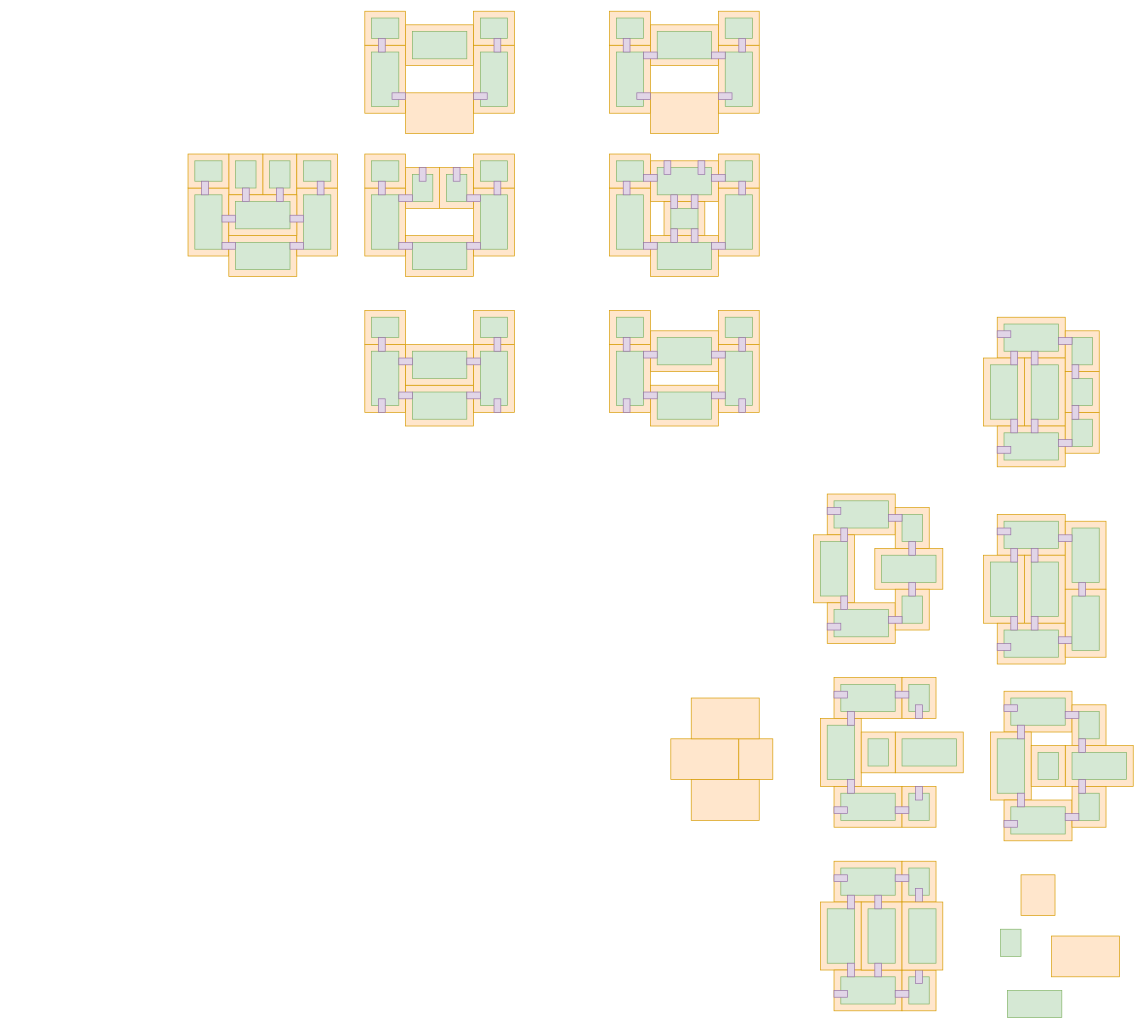
Before: StarRupture/BASE.drawio in JohnHavenward/Draw.io_Diagrams, a draw.io diagram. Source tidied: cells renumbered, new cells numbered last; positions are measured from the earlier drawing's top-left corner, leaving out a move shared by most shapes. Both pictures are drawn from the tidied source at 68%, with x=0, y=0 at pixel (174, 7).
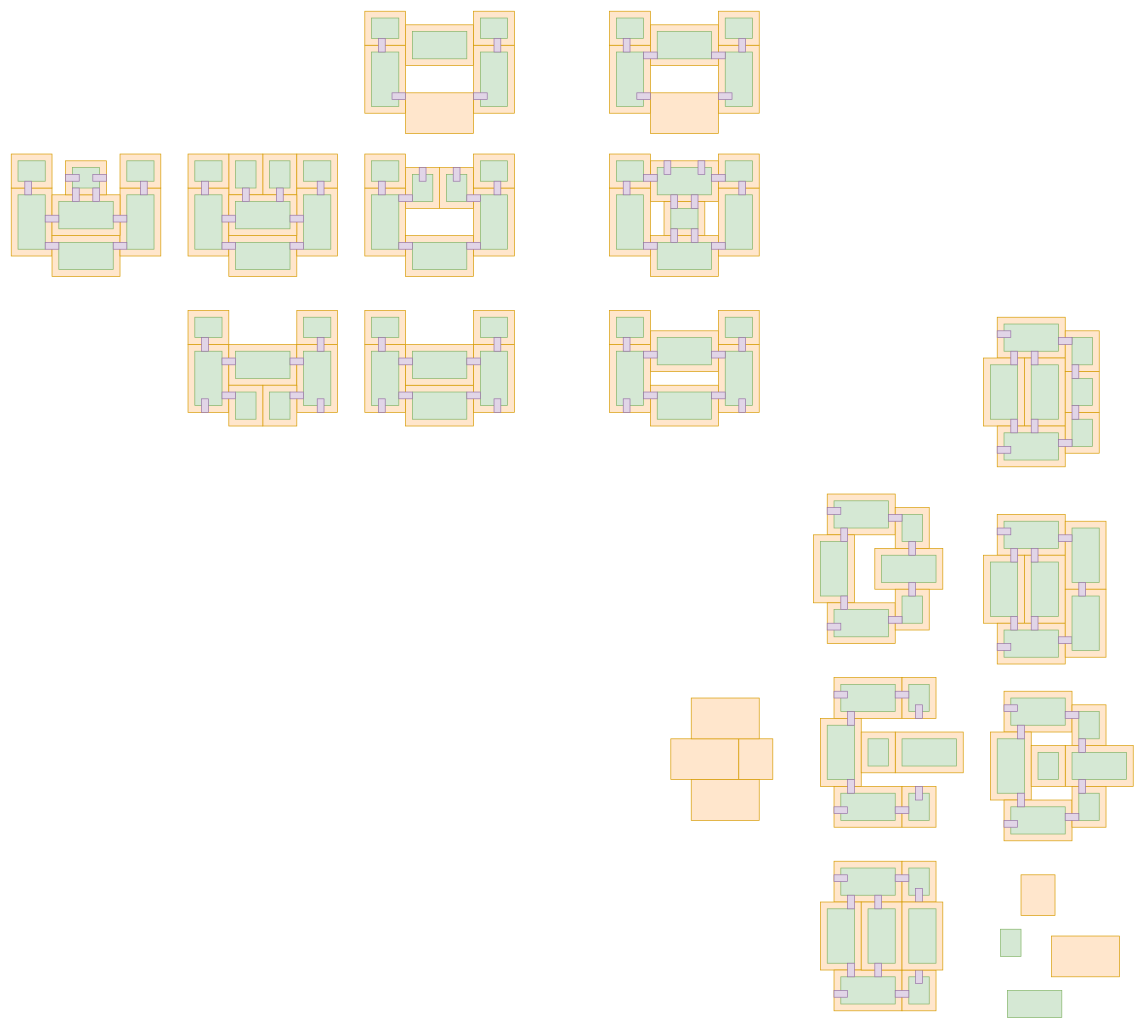
The same diagram, later.

Change to the diagram source:
```diff
@@
+    <mxCell id="287" style="rounded=0;whiteSpace=wrap;html=1;fillColor=#ffe6cc;strokeColor=#d79b00;fillStyle=auto;strokeWidth=1;perimeterSpacing=0;rotation=-90;" parent="1" vertex="1">
+      <mxGeometry y="515" width="100" height="60" as="geometry" />
+    </mxCell>
+    <mxCell id="288" style="rounded=0;whiteSpace=wrap;html=1;rotation=0;fillColor=#ffe6cc;strokeColor=#d79b00;" parent="1" vertex="1">
+      <mxGeometry x="80" y="495" width="100" height="60" as="geometry" />
+    </mxCell>
+    <mxCell id="289" style="rounded=0;whiteSpace=wrap;html=1;fillColor=#d5e8d4;strokeColor=#82b366;rotation=-90;" parent="1" vertex="1">
+      <mxGeometry x="10" y="525" width="80" height="40" as="geometry" />
+    </mxCell>
+    <mxCell id="290" style="rounded=0;whiteSpace=wrap;html=1;rotation=0;fillColor=#d5e8d4;strokeColor=#82b366;" parent="1" vertex="1">
+      <mxGeometry x="90" y="505" width="80" height="40" as="geometry" />
+    </mxCell>
+    <mxCell id="291" style="rounded=0;whiteSpace=wrap;html=1;fillColor=#ffe6cc;strokeColor=#d79b00;fillStyle=auto;strokeWidth=1;perimeterSpacing=0;rotation=-90;" parent="1" vertex="1">
+      <mxGeometry x="160" y="515" width="100" height="60" as="geometry" />
+    </mxCell>
+    <mxCell id="292" style="rounded=0;whiteSpace=wrap;html=1;fillColor=#d5e8d4;strokeColor=#82b366;rotation=-90;" parent="1" vertex="1">
+      <mxGeometry x="170" y="525" width="80" height="40" as="geometry" />
+    </mxCell>
+    <mxCell id="293" style="rounded=0;whiteSpace=wrap;html=1;fillColor=#ffe6cc;strokeColor=#d79b00;fillStyle=auto;strokeWidth=1;perimeterSpacing=0;rotation=-90;" parent="1" vertex="1">
+      <mxGeometry x="25" y="440" width="50" height="60" as="geometry" />
+    </mxCell>
+    <mxCell id="294" style="rounded=0;whiteSpace=wrap;html=1;fillColor=#d5e8d4;strokeColor=#82b366;rotation=-90;" parent="1" vertex="1">
+      <mxGeometry x="35" y="450" width="30" height="40" as="geometry" />
+    </mxCell>
+    <mxCell id="295" style="rounded=0;whiteSpace=wrap;html=1;fillColor=#ffe6cc;strokeColor=#d79b00;fillStyle=auto;strokeWidth=1;perimeterSpacing=0;rotation=-90;" parent="1" vertex="1">
+      <mxGeometry x="185" y="440" width="50" height="60" as="geometry" />
+    </mxCell>
+    <mxCell id="296" style="rounded=0;whiteSpace=wrap;html=1;fillColor=#d5e8d4;strokeColor=#82b366;rotation=-90;" parent="1" vertex="1">
+      <mxGeometry x="195" y="450" width="30" height="40" as="geometry" />
+    </mxCell>
+    <mxCell id="297" style="rounded=0;whiteSpace=wrap;html=1;fillColor=#e1d5e7;strokeColor=#9673a6;rotation=-90;" parent="1" vertex="1">
+      <mxGeometry x="35" y="580" width="20" height="10" as="geometry" />
+    </mxCell>
+    <mxCell id="298" style="rounded=0;whiteSpace=wrap;html=1;fillColor=#e1d5e7;strokeColor=#9673a6;rotation=-90;" parent="1" vertex="1">
+      <mxGeometry x="205" y="580" width="20" height="10" as="geometry" />
+    </mxCell>
+    <mxCell id="299" style="rounded=0;whiteSpace=wrap;html=1;fillColor=#e1d5e7;strokeColor=#9673a6;rotation=-90;" parent="1" vertex="1">
+      <mxGeometry x="35" y="490" width="20" height="10" as="geometry" />
+    </mxCell>
+    <mxCell id="300" style="rounded=0;whiteSpace=wrap;html=1;fillColor=#e1d5e7;strokeColor=#9673a6;rotation=-90;" parent="1" vertex="1">
+      <mxGeometry x="205" y="490" width="20" height="10" as="geometry" />
+    </mxCell>
+    <mxCell id="301" style="rounded=0;whiteSpace=wrap;html=1;fillColor=#e1d5e7;strokeColor=#9673a6;" parent="1" vertex="1">
+      <mxGeometry x="170" y="515" width="20" height="10" as="geometry" />
+    </mxCell>
+    <mxCell id="302" style="rounded=0;whiteSpace=wrap;html=1;fillColor=#e1d5e7;strokeColor=#9673a6;" parent="1" vertex="1">
+      <mxGeometry x="70" y="515" width="20" height="10" as="geometry" />
+    </mxCell>
+    <mxCell id="303" style="rounded=0;whiteSpace=wrap;html=1;fillColor=#ffe6cc;strokeColor=#d79b00;" parent="1" vertex="1">
+      <mxGeometry x="130" y="555" width="50" height="60" as="geometry" />
+    </mxCell>
+    <mxCell id="304" style="rounded=0;whiteSpace=wrap;html=1;fillColor=#ffe6cc;strokeColor=#d79b00;" parent="1" vertex="1">
+      <mxGeometry x="80" y="555" width="50" height="60" as="geometry" />
+    </mxCell>
+    <mxCell id="305" style="rounded=0;whiteSpace=wrap;html=1;fillColor=#d5e8d4;strokeColor=#82b366;" parent="1" vertex="1">
+      <mxGeometry x="90" y="565" width="30" height="40" as="geometry" />
+    </mxCell>
+    <mxCell id="306" style="rounded=0;whiteSpace=wrap;html=1;fillColor=#d5e8d4;strokeColor=#82b366;" parent="1" vertex="1">
+      <mxGeometry x="140" y="565" width="30" height="40" as="geometry" />
+    </mxCell>
+    <mxCell id="307" style="rounded=0;whiteSpace=wrap;html=1;fillColor=#e1d5e7;strokeColor=#9673a6;rotation=-90;" parent="1" vertex="1">
+      <mxGeometry x="75" y="560" width="10" height="20" as="geometry" />
+    </mxCell>
+    <mxCell id="308" style="rounded=0;whiteSpace=wrap;html=1;fillColor=#e1d5e7;strokeColor=#9673a6;rotation=-90;" parent="1" vertex="1">
+      <mxGeometry x="175" y="560" width="10" height="20" as="geometry" />
+    </mxCell>
+    <mxCell id="309" style="rounded=0;whiteSpace=wrap;html=1;fillColor=#ffe6cc;strokeColor=#d79b00;fillStyle=auto;strokeWidth=1;perimeterSpacing=0;rotation=-90;" parent="1" vertex="1">
+      <mxGeometry x="-260" y="285" width="100" height="60" as="geometry" />
+    </mxCell>
+    <mxCell id="310" style="rounded=0;whiteSpace=wrap;html=1;rotation=0;fillColor=#ffe6cc;strokeColor=#d79b00;" parent="1" vertex="1">
+      <mxGeometry x="-180" y="335" width="100" height="60" as="geometry" />
+    </mxCell>
+    <mxCell id="311" style="rounded=0;whiteSpace=wrap;html=1;fillColor=#d5e8d4;strokeColor=#82b366;rotation=-90;" parent="1" vertex="1">
+      <mxGeometry x="-250" y="295" width="80" height="40" as="geometry" />
+    </mxCell>
+    <mxCell id="312" style="rounded=0;whiteSpace=wrap;html=1;rotation=0;fillColor=#d5e8d4;strokeColor=#82b366;" parent="1" vertex="1">
+      <mxGeometry x="-170" y="345" width="80" height="40" as="geometry" />
+    </mxCell>
+    <mxCell id="313" style="rounded=0;whiteSpace=wrap;html=1;fillColor=#ffe6cc;strokeColor=#d79b00;fillStyle=auto;strokeWidth=1;perimeterSpacing=0;rotation=-90;" parent="1" vertex="1">
+      <mxGeometry x="-100" y="285" width="100" height="60" as="geometry" />
+    </mxCell>
+    <mxCell id="314" style="rounded=0;whiteSpace=wrap;html=1;fillColor=#d5e8d4;strokeColor=#82b366;rotation=-90;" parent="1" vertex="1">
+      <mxGeometry x="-90" y="295" width="80" height="40" as="geometry" />
+    </mxCell>
+    <mxCell id="315" style="rounded=0;whiteSpace=wrap;html=1;fillColor=#ffe6cc;strokeColor=#d79b00;fillStyle=auto;strokeWidth=1;perimeterSpacing=0;rotation=-90;" parent="1" vertex="1">
+      <mxGeometry x="-235" y="210" width="50" height="60" as="geometry" />
+    </mxCell>
+    <mxCell id="316" style="rounded=0;whiteSpace=wrap;html=1;fillColor=#d5e8d4;strokeColor=#82b366;rotation=-90;" parent="1" vertex="1">
+      <mxGeometry x="-225" y="220" width="30" height="40" as="geometry" />
+    </mxCell>
+    <mxCell id="317" style="rounded=0;whiteSpace=wrap;html=1;fillColor=#ffe6cc;strokeColor=#d79b00;fillStyle=auto;strokeWidth=1;perimeterSpacing=0;rotation=-90;" parent="1" vertex="1">
+      <mxGeometry x="-75" y="210" width="50" height="60" as="geometry" />
+    </mxCell>
+    <mxCell id="318" style="rounded=0;whiteSpace=wrap;html=1;fillColor=#d5e8d4;strokeColor=#82b366;rotation=-90;" parent="1" vertex="1">
+      <mxGeometry x="-65" y="220" width="30" height="40" as="geometry" />
+    </mxCell>
+    <mxCell id="319" style="rounded=0;whiteSpace=wrap;html=1;fillColor=#e1d5e7;strokeColor=#9673a6;rotation=-90;" parent="1" vertex="1">
+      <mxGeometry x="-85" y="340" width="10" height="20" as="geometry" />
+    </mxCell>
+    <mxCell id="320" style="rounded=0;whiteSpace=wrap;html=1;fillColor=#e1d5e7;strokeColor=#9673a6;rotation=-90;" parent="1" vertex="1">
+      <mxGeometry x="-185" y="340" width="10" height="20" as="geometry" />
+    </mxCell>
+    <mxCell id="321" style="rounded=0;whiteSpace=wrap;html=1;fillColor=#e1d5e7;strokeColor=#9673a6;rotation=-90;" parent="1" vertex="1">
+      <mxGeometry x="-225" y="260" width="20" height="10" as="geometry" />
+    </mxCell>
+    <mxCell id="322" style="rounded=0;whiteSpace=wrap;html=1;fillColor=#e1d5e7;strokeColor=#9673a6;rotation=-90;" parent="1" vertex="1">
+      <mxGeometry x="-55" y="260" width="20" height="10" as="geometry" />
+    </mxCell>
+    <mxCell id="323" style="rounded=0;whiteSpace=wrap;html=1;rotation=0;fillColor=#ffe6cc;strokeColor=#d79b00;" parent="1" vertex="1">
+      <mxGeometry x="-180" y="275" width="100" height="60" as="geometry" />
+    </mxCell>
+    <mxCell id="324" style="rounded=0;whiteSpace=wrap;html=1;rotation=0;fillColor=#d5e8d4;strokeColor=#82b366;" parent="1" vertex="1">
+      <mxGeometry x="-170" y="285" width="80" height="40" as="geometry" />
+    </mxCell>
+    <mxCell id="325" style="rounded=0;whiteSpace=wrap;html=1;fillColor=#e1d5e7;strokeColor=#9673a6;rotation=-90;" parent="1" vertex="1">
+      <mxGeometry x="-85" y="300" width="10" height="20" as="geometry" />
+    </mxCell>
+    <mxCell id="326" style="rounded=0;whiteSpace=wrap;html=1;fillColor=#e1d5e7;strokeColor=#9673a6;rotation=-90;" parent="1" vertex="1">
+      <mxGeometry x="-185" y="300" width="10" height="20" as="geometry" />
+    </mxCell>
+    <mxCell id="327" style="rounded=0;whiteSpace=wrap;html=1;fillColor=#ffe6cc;strokeColor=#d79b00;fillStyle=auto;strokeWidth=1;perimeterSpacing=0;rotation=-90;" parent="1" vertex="1">
+      <mxGeometry x="-155" y="220" width="50" height="60" as="geometry" />
+    </mxCell>
+    <mxCell id="328" style="rounded=0;whiteSpace=wrap;html=1;fillColor=#d5e8d4;strokeColor=#82b366;rotation=-90;direction=east;" parent="1" vertex="1">
+      <mxGeometry x="-145" y="230" width="30" height="40" as="geometry" />
+    </mxCell>
+    <mxCell id="329" style="rounded=0;whiteSpace=wrap;html=1;fillColor=#e1d5e7;strokeColor=#9673a6;" parent="1" vertex="1">
+      <mxGeometry x="-150" y="265" width="10" height="20" as="geometry" />
+    </mxCell>
+    <mxCell id="330" style="rounded=0;whiteSpace=wrap;html=1;fillColor=#e1d5e7;strokeColor=#9673a6;" parent="1" vertex="1">
+      <mxGeometry x="-120" y="265" width="10" height="20" as="geometry" />
+    </mxCell>
+    <mxCell id="331" style="rounded=0;whiteSpace=wrap;html=1;fillColor=#e1d5e7;strokeColor=#9673a6;" parent="1" vertex="1">
+      <mxGeometry x="-160" y="245" width="20" height="10" as="geometry" />
+    </mxCell>
+    <mxCell id="332" style="rounded=0;whiteSpace=wrap;html=1;fillColor=#e1d5e7;strokeColor=#9673a6;" parent="1" vertex="1">
+      <mxGeometry x="-120" y="245" width="20" height="10" as="geometry" />
+    </mxCell>
```
